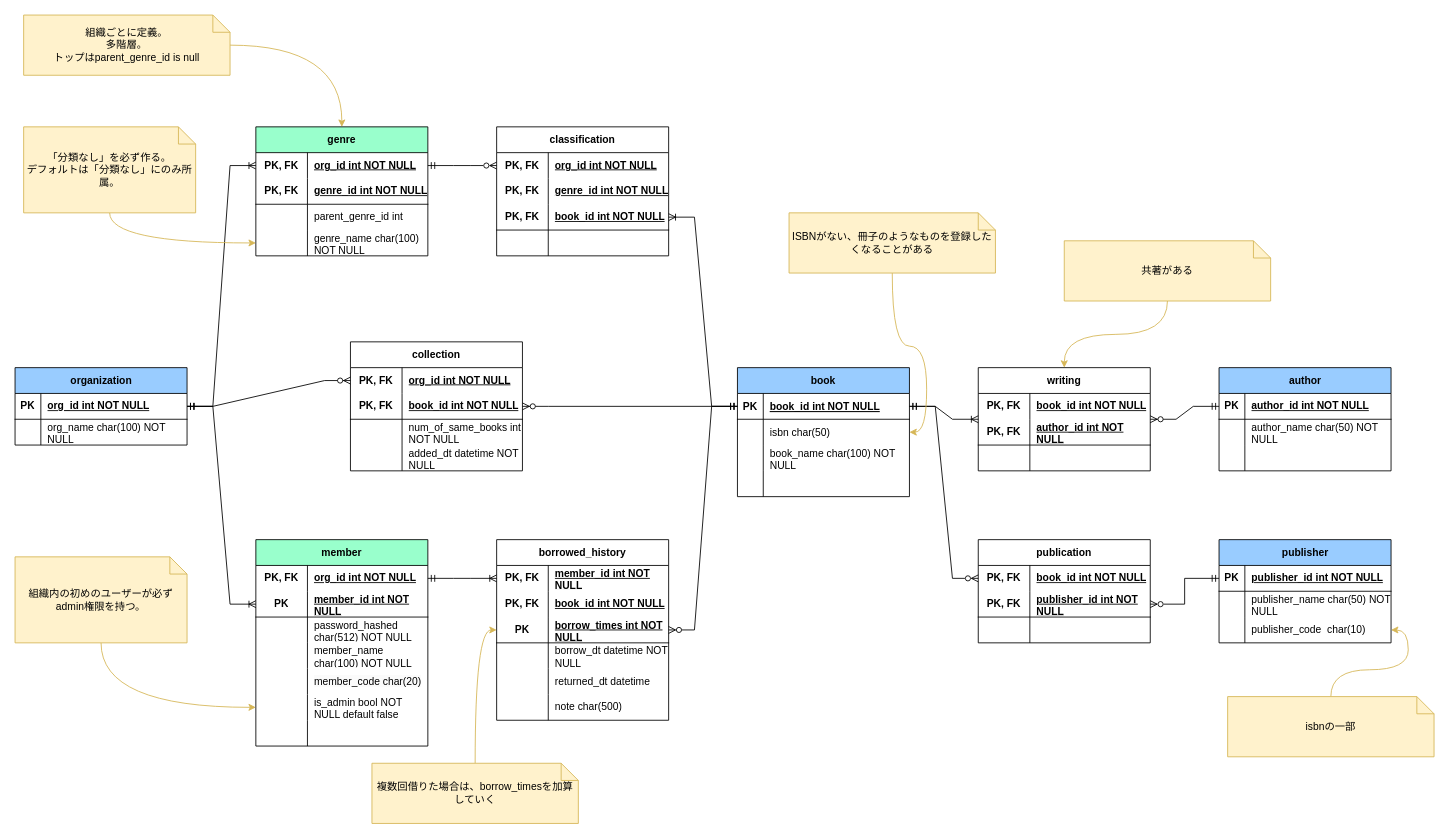
yo16/bookshelf_2023 keeps this draw.io diagram as doc/er_diagram.drawio. Above is the earlier version. Source tidied: cells renumbered, new cells numbered last; positions are measured from the earlier drawing's top-left corner, leaving out a move shared by most shapes. Both pictures are drawn from the tidied source at 86%, with x=0, y=0 at pixel (15, 15).
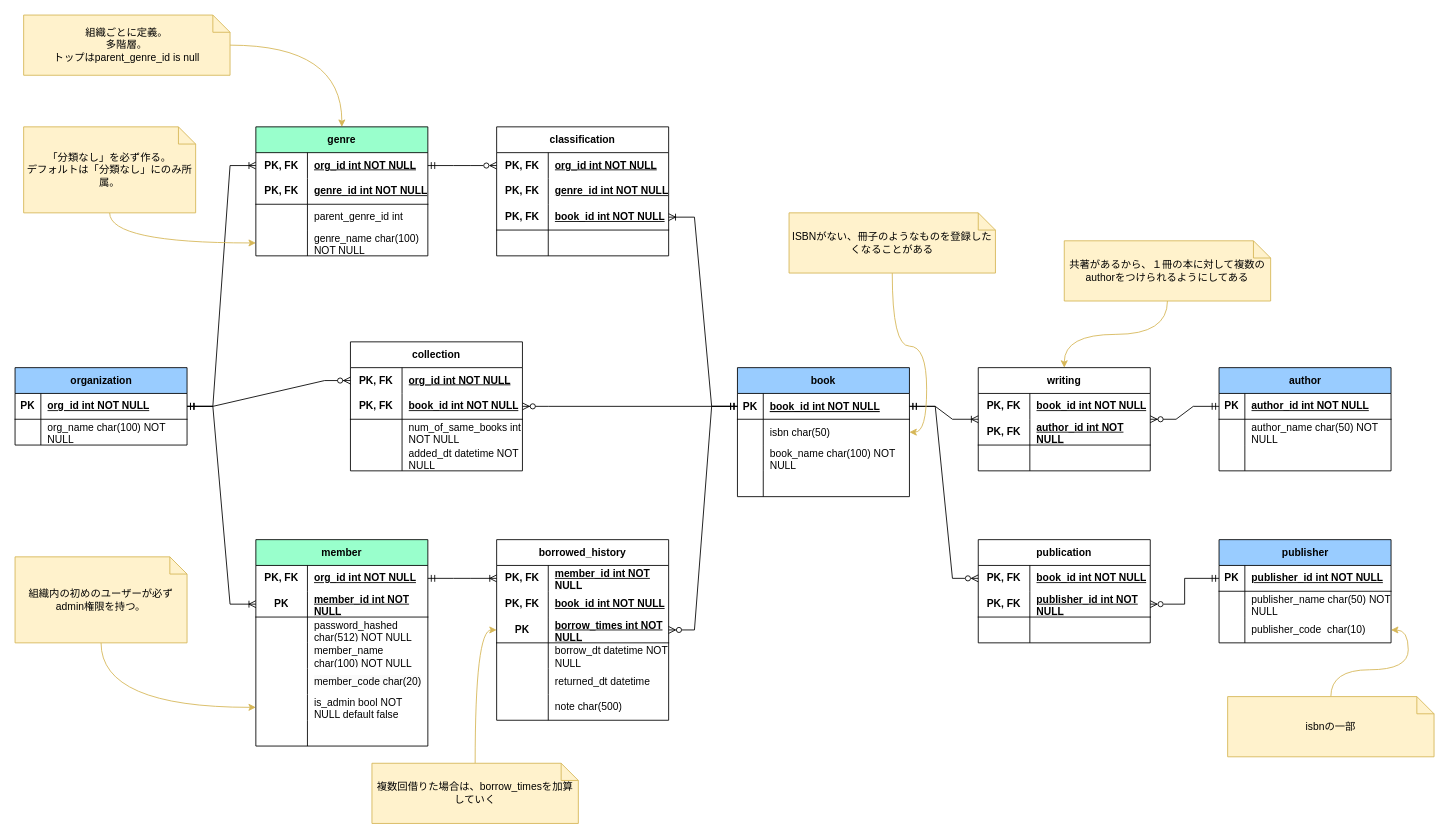
The same diagram, later.

The edit, as a diff of the source:
```diff
@@
-    <mxCell id="136" value="共著がある" style="shape=note;size=20;whiteSpace=wrap;html=1;fillColor=#fff2cc;strokeColor=#d6b656;" parent="1" vertex="1">
+    <mxCell id="136" value="共著があるから、１冊の本に対して複数のauthorをつけられるようにしてある" style="shape=note;size=20;whiteSpace=wrap;html=1;fillColor=#fff2cc;strokeColor=#d6b656;" parent="1" vertex="1">
       <mxGeometry x="1220" y="262.5" width="240" height="70" as="geometry" />
     </mxCell>
```
